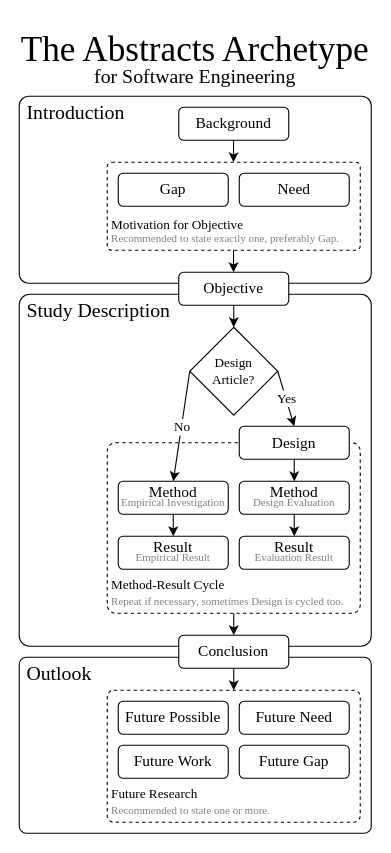
This is img/abstracts_archetype_fig.drawio from serqco/qabstracts, a draw.io file, before an edit. Source tidied: cells renumbered, new cells numbered last; positions are measured from the earlier drawing's top-left corner, leaving out a move shared by most shapes. Both pictures are drawn from the tidied source at 110%, with x=0, y=0 at pixel (19, 41).
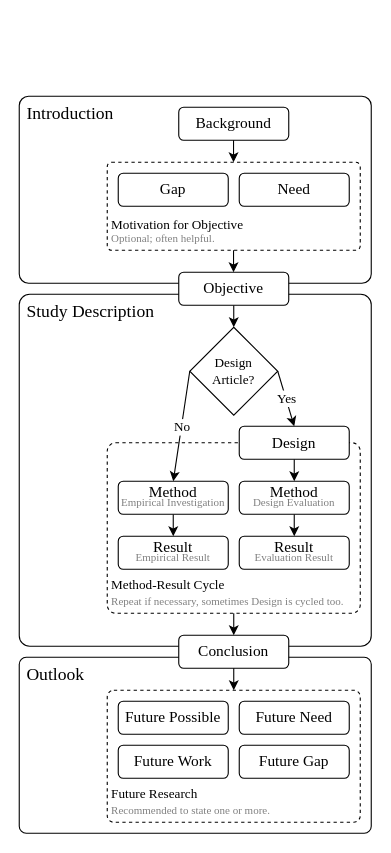
The same diagram, later.

Commit message (it also covers changes not shown here):
abstracts_archetype_fig.drawio: removed heading, reduced size of larger text

What changed in the source:
```diff
@@
-    <mxCell id="2" value="Introduction" style="rounded=1;html=1;arcSize=5;align=left;verticalAlign=top;spacing=0;spacingLeft=7;fontFamily=Times New Roman;fontSize=18;spacingTop=0;whiteSpace=wrap;horizontal=1;labelPosition=center;verticalLabelPosition=middle;textDirection=ltr;" parent="1" vertex="1">
+    <mxCell id="2" value="&lt;font style=&quot;font-size: 16px;&quot;&gt;Introduction&lt;/font&gt;" style="rounded=1;html=1;arcSize=5;align=left;verticalAlign=top;spacing=0;spacingLeft=7;fontFamily=Times New Roman;fontSize=18;spacingTop=0;whiteSpace=wrap;horizontal=1;labelPosition=center;verticalLabelPosition=middle;textDirection=ltr;" parent="1" vertex="1">
       <mxGeometry y="50" width="320" height="170" as="geometry" />
     </mxCell>
-    <mxCell id="3" value="&lt;font&gt;Motivation for Objective&lt;/font&gt;&lt;div style=&quot;font-size: 10px;&quot;&gt;&lt;font color=&quot;#808080&quot;&gt;Recommended to state exactly one, preferably Gap.&lt;/font&gt;&lt;/div&gt;" style="rounded=1;whiteSpace=wrap;html=1;dashed=1;arcSize=5;align=left;verticalAlign=bottom;spacing=4;spacingLeft=0;fontFamily=Times New Roman;" parent="1" vertex="1">
+    <mxCell id="3" value="&lt;font&gt;Motivation for Objective&lt;/font&gt;&lt;div style=&quot;font-size: 10px;&quot;&gt;&lt;font color=&quot;#808080&quot;&gt;Optional; often helpful.&lt;/font&gt;&lt;/div&gt;" style="rounded=1;whiteSpace=wrap;html=1;dashed=1;arcSize=5;align=left;verticalAlign=bottom;spacing=4;spacingLeft=0;fontFamily=Times New Roman;" parent="1" vertex="1">
       <mxGeometry x="80" y="110" width="230" height="80" as="geometry" />
     </mxCell>
-    <mxCell id="4" value="Outlook" style="rounded=1;whiteSpace=wrap;html=1;arcSize=4;align=left;verticalAlign=top;spacing=0;spacingLeft=7;fontFamily=Times New Roman;fontSize=18;spacingTop=0;" parent="1" vertex="1">
+    <mxCell id="4" value="&lt;font style=&quot;font-size: 16px;&quot;&gt;Outlook&lt;/font&gt;" style="rounded=1;whiteSpace=wrap;html=1;arcSize=4;align=left;verticalAlign=top;spacing=0;spacingLeft=7;fontFamily=Times New Roman;fontSize=18;spacingTop=0;" parent="1" vertex="1">
       <mxGeometry y="560" width="320" height="160" as="geometry" />
     </mxCell>
@@
-    <mxCell id="6" value="Study Description" style="rounded=1;whiteSpace=wrap;html=1;arcSize=3;align=left;verticalAlign=top;spacing=0;spacingLeft=7;fontFamily=Times New Roman;fontSize=18;spacingTop=0;" parent="1" vertex="1">
+    <mxCell id="6" value="&lt;font style=&quot;font-size: 16px;&quot;&gt;Study Description&lt;/font&gt;" style="rounded=1;whiteSpace=wrap;html=1;arcSize=3;align=left;verticalAlign=top;spacing=0;spacingLeft=7;fontFamily=Times New Roman;fontSize=18;spacingTop=0;" parent="1" vertex="1">
       <mxGeometry y="230" width="320" height="320" as="geometry" />
     </mxCell>
@@
-    <mxCell id="35" value="&lt;p style=&quot;line-height: 110%;&quot;&gt;&lt;font style=&quot;font-size: 32px;&quot;&gt;The Abstracts Archetype&lt;/font&gt;&lt;br&gt;for Software Engineering&lt;/p&gt;" style="text;html=1;align=center;verticalAlign=middle;whiteSpace=wrap;rounded=0;fontFamily=Times New Roman;fontSize=18;" parent="1" vertex="1">
-      <mxGeometry width="320" height="40" as="geometry" />
-    </mxCell>
```
